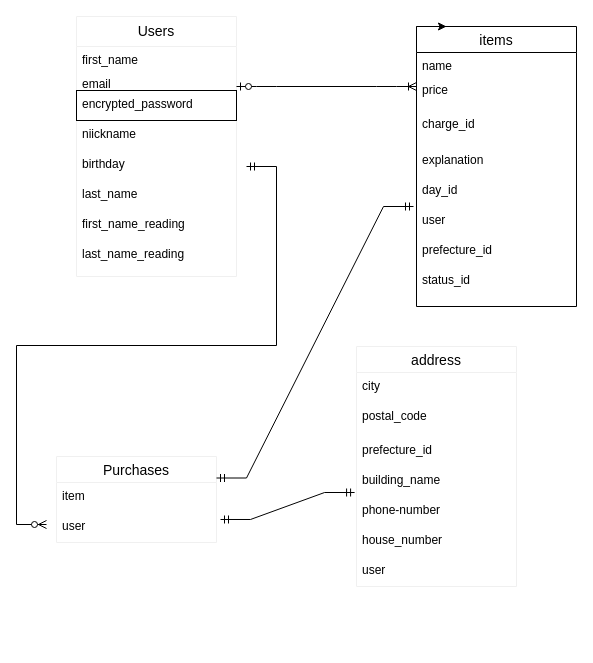
The draw.io diagram test.dio in 1090dopl/furima-37280, before the edit. Source tidied: cells renumbered, new cells numbered last; positions are measured from the earlier drawing's top-left corner, leaving out a move shared by most shapes. Both pictures are drawn from the tidied source at 100%, with x=0, y=0 at pixel (46, 16).
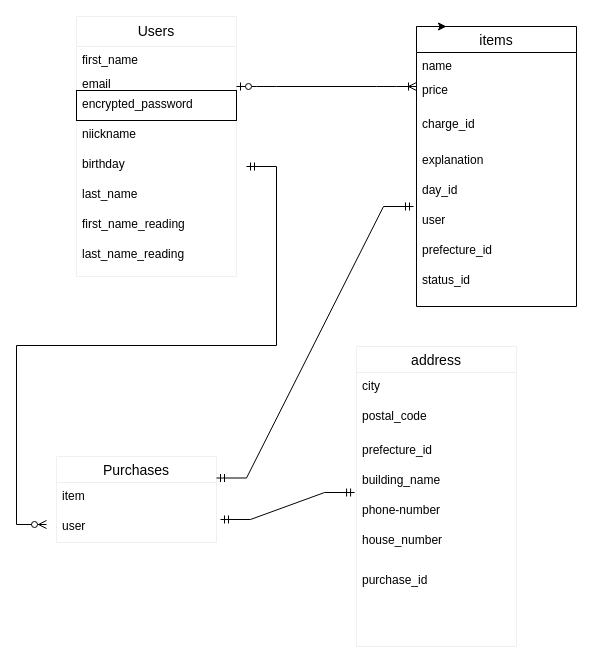
Above is the later version.

The edit, as a diff of the source:
```diff
@@
     <mxCell id="5" value="address" style="swimlane;fontStyle=0;horizontal=1;startSize=26;align=center;fontSize=14;strokeColor=#F0F0F0;strokeWidth=1;fillColor=none;" parent="1" vertex="1">
-      <mxGeometry x="310" y="330" width="160" height="240" as="geometry" />
+      <mxGeometry x="310" y="330" width="160" height="300" as="geometry" />
     </mxCell>
@@
     <mxCell id="11" value="house_number" style="text;strokeColor=none;fillColor=none;spacingLeft=4;spacingRight=4;overflow=hidden;fontSize=12;" parent="5" vertex="1">
-      <mxGeometry y="180" width="160" height="30" as="geometry" />
+      <mxGeometry y="180" width="160" height="40" as="geometry" />
     </mxCell>
-    <mxCell id="12" value="user" style="text;strokeColor=none;fillColor=none;spacingLeft=4;spacingRight=4;overflow=hidden;fontSize=12;labelBackgroundColor=default;" parent="5" vertex="1">
-      <mxGeometry y="210" width="160" height="30" as="geometry" />
-    </mxCell>
+    <mxCell id="36" value="purchase_id" style="text;strokeColor=none;fillColor=none;spacingLeft=4;spacingRight=4;overflow=hidden;fontSize=12;labelBackgroundColor=default;" parent="5" vertex="1">
+      <mxGeometry y="220" width="160" height="80" as="geometry" />
+    </mxCell>
```
